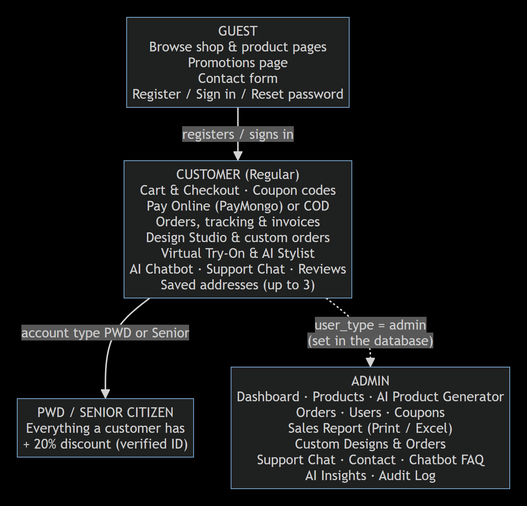
This is docs/system-architecture/user role.png from kurooo-san/THREAD-AND-PRESS-HUB, a Mermaid export, as it was before one commit. Its source is kept beside it as docs/system-architecture/user role.mmd. Its diagram source:
```mermaid
flowchart TB
    G["GUEST<br/>Browse shop & product pages<br/>Promotions page<br/>Contact form<br/>Register / Sign in / Reset password"]
    U["CUSTOMER (Regular)<br/>Cart & Checkout · Coupon codes<br/>Pay Online (PayMongo) or COD<br/>Orders, tracking & invoices<br/>Design Studio & custom orders<br/>Virtual Try-On & AI Stylist<br/>AI Chatbot · Support Chat · Reviews<br/>Saved addresses (up to 3)"]
    P["PWD / SENIOR CITIZEN<br/>Everything a customer has<br/>+ 20% discount (verified ID)"]
    A["ADMIN<br/>Dashboard · Products · AI Product Generator<br/>Orders · Users · Coupons<br/>Sales Report (Print / Excel)<br/>Custom Designs & Orders<br/>Support Chat · Contact · Chatbot FAQ<br/>AI Insights · Audit Log"]
    G -- "registers / signs in" --> U
    U -- "account type PWD or Senior" --> P
    U -. "user_type = admin<br/>(set in the database)" .-> A
```
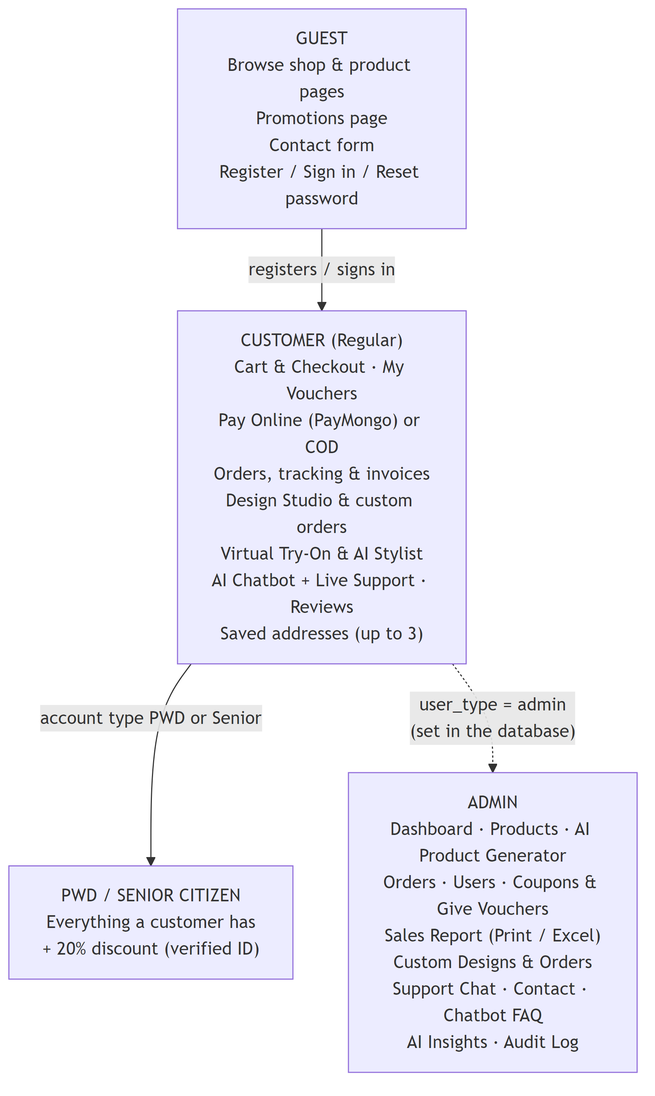
The same file after the commit.

Diff of the diagram source:
```diff
@@ -1,8 +1,8 @@
 flowchart TB
     G["GUEST<br/>Browse shop & product pages<br/>Promotions page<br/>Contact form<br/>Register / Sign in / Reset password"]
-    U["CUSTOMER (Regular)<br/>Cart & Checkout · Coupon codes<br/>Pay Online (PayMongo) or COD<br/>Orders, tracking & invoices<br/>Design Studio & custom orders<br/>Virtual Try-On & AI Stylist<br/>AI Chatbot · Support Chat · Reviews<br/>Saved addresses (up to 3)"]
+    U["CUSTOMER (Regular)<br/>Cart & Checkout · My Vouchers<br/>Pay Online (PayMongo) or COD<br/>Orders, tracking & invoices<br/>Design Studio & custom orders<br/>Virtual Try-On & AI Stylist<br/>AI Chatbot + Live Support · Reviews<br/>Saved addresses (up to 3)"]
     P["PWD / SENIOR CITIZEN<br/>Everything a customer has<br/>+ 20% discount (verified ID)"]
-    A["ADMIN<br/>Dashboard · Products · AI Product Generator<br/>Orders · Users · Coupons<br/>Sales Report (Print / Excel)<br/>Custom Designs & Orders<br/>Support Chat · Contact · Chatbot FAQ<br/>AI Insights · Audit Log"]
+    A["ADMIN<br/>Dashboard · Products · AI Product Generator<br/>Orders · Users · Coupons & Give Vouchers<br/>Sales Report (Print / Excel)<br/>Custom Designs & Orders<br/>Support Chat · Contact · Chatbot FAQ<br/>AI Insights · Audit Log"]
     G -- "registers / signs in" --> U
     U -- "account type PWD or Senior" --> P
     U -. "user_type = admin<br/>(set in the database)" .-> A
```
